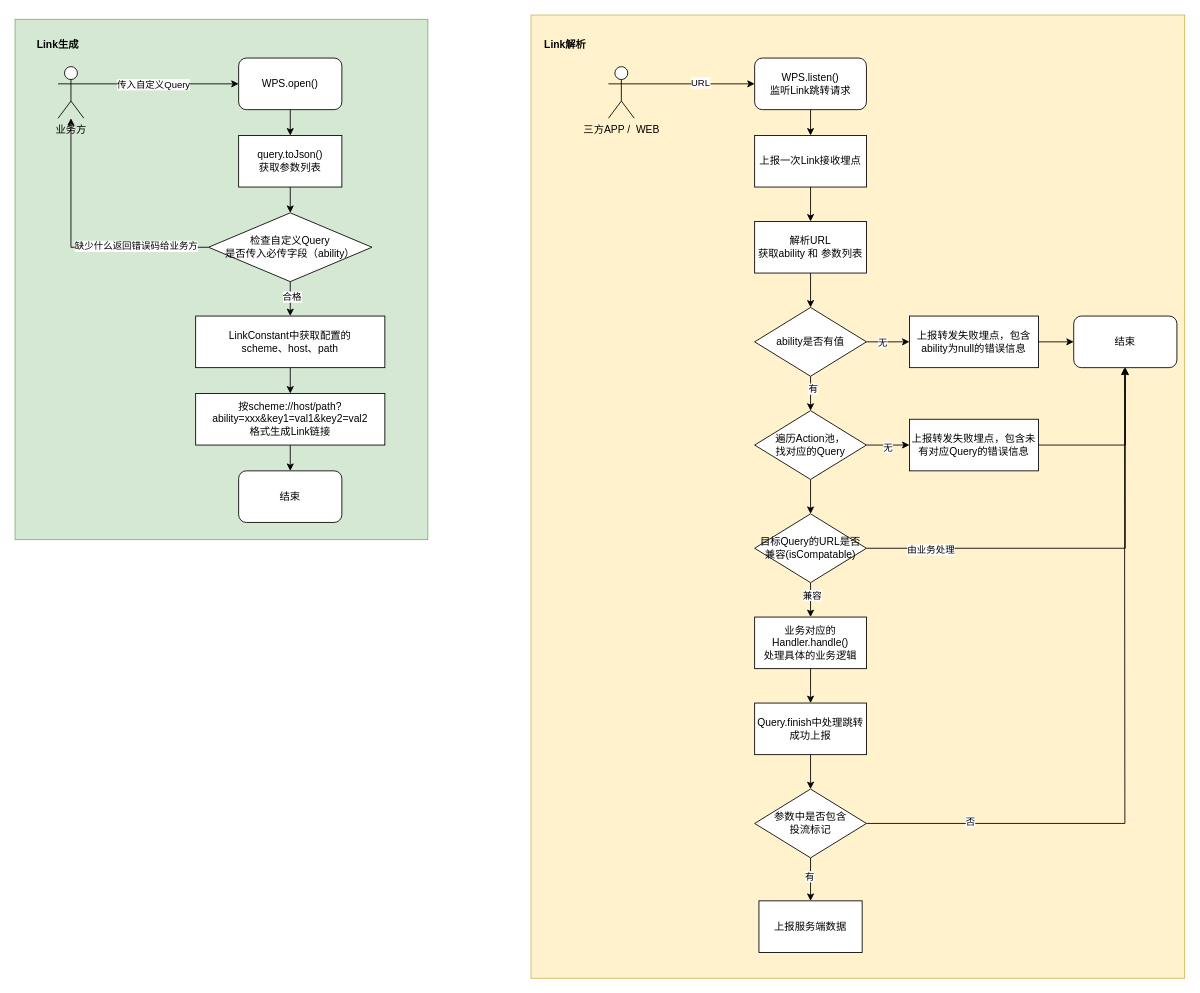
Earlier version of the draw.io diagram Link统一技术框架.drawio (welthy/WXInspireLibrary). Source tidied: cells renumbered, new cells numbered last; positions are measured from the earlier drawing's top-left corner, leaving out a move shared by most shapes. Both pictures are drawn from the tidied source at 86%, with x=0, y=0 at pixel (15, 15).
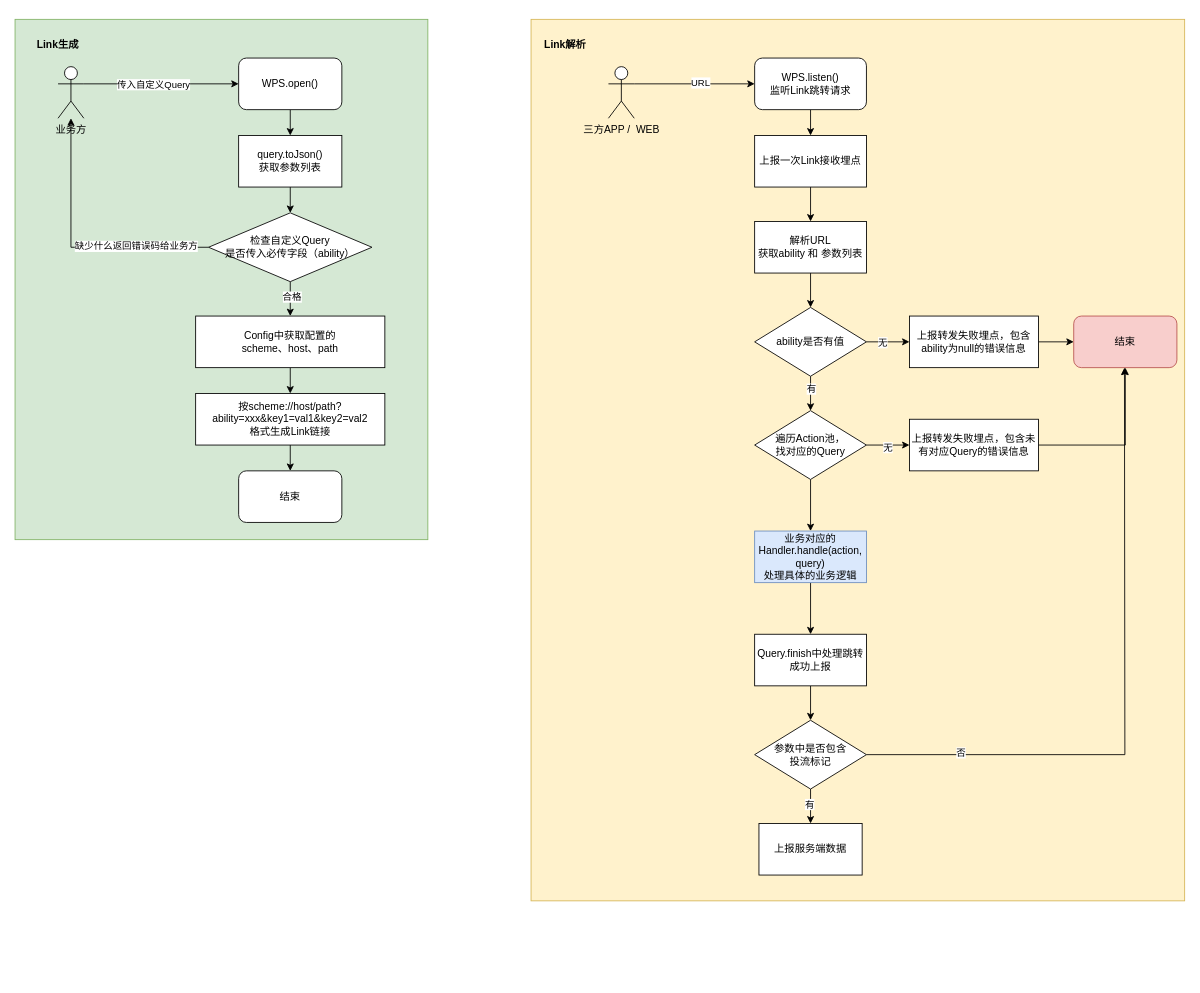
After the change.

Commit message:
更新Link统一技术框架.drawio

The change refers to these unchanged cells:
```xml
<mxCell id="32" style="edgeStyle=orthogonalEdgeStyle;rounded=0;jettySize=auto;html=1;exitX=0.5;exitY=1;exitDx=0;exitDy=0;entryX=0.5;entryY=0;entryDx=0;entryDy=0;" parent="1" edge="1" source="36">
  <mxGeometry relative="1" as="geometry">
    <mxPoint x="925" y="460" as="targetPoint" />
  </mxGeometry>
</mxCell>
<mxCell id="43" value="遍历Action池，&lt;div&gt;找对应的Query&lt;/div&gt;" style="rhombus;whiteSpace=wrap;html=1;" parent="1" vertex="1">
  <mxGeometry x="860" y="460" width="130" height="80" as="geometry" />
</mxCell>
```

The edit, as a diff of the source:
```diff
@@
     <mxCell id="2" style="rounded=0;whiteSpace=wrap;html=1;fillColor=#fff2cc;strokeColor=#d6b656;" parent="1" vertex="1">
-      <mxGeometry x="600" width="760" height="1120" as="geometry" />
+      <mxGeometry x="600" y="5" width="760" height="1025" as="geometry" />
     </mxCell>
@@
-    <mxCell id="13" value="LinkConstant中获取配置的&lt;div&gt;scheme、host、path&lt;/div&gt;" style="rounded=0;whiteSpace=wrap;html=1;" parent="1" vertex="1">
+    <mxCell id="13" value="Config中获取配置的&lt;div&gt;scheme、host、path&lt;/div&gt;" style="rounded=0;whiteSpace=wrap;html=1;" parent="1" vertex="1">
       <mxGeometry x="210" y="350" width="220" height="60" as="geometry" />
     </mxCell>
@@
     <mxCell id="33" value="有" style="edgeLabel;html=1;align=center;verticalAlign=middle;" parent="32" vertex="1">
-      <mxGeometry x="-0.33" y="2" relative="1" as="geometry" />
+      <mxGeometry x="-0.33" y="2" relative="1" as="geometry">
+        <mxPoint x="-2" as="offset" />
+      </mxGeometry>
     </mxCell>
@@
-    <mxCell id="39" value="结束" style="rounded=1;whiteSpace=wrap;html=1;" parent="1" vertex="1">
+    <mxCell id="39" value="结束" style="rounded=1;whiteSpace=wrap;html=1;fillColor=#f8cecc;strokeColor=#b85450;" parent="1" vertex="1">
       <mxGeometry x="1231" y="350" width="120" height="60" as="geometry" />
     </mxCell>
@@
-    <mxCell id="42" style="edgeStyle=orthogonalEdgeStyle;rounded=0;jettySize=auto;html=1;exitX=0.5;exitY=1;exitDx=0;exitDy=0;entryX=0.5;entryY=0;entryDx=0;entryDy=0;" parent="1" edge="1" source="43" target="60">
+    <mxCell id="42" style="edgeStyle=orthogonalEdgeStyle;rounded=0;jettySize=auto;html=1;exitX=0.5;exitY=1;exitDx=0;exitDy=0;entryX=0.5;entryY=0;entryDx=0;entryDy=0;" parent="1" edge="1" source="43" target="47">
       <mxGeometry relative="1" as="geometry" />
     </mxCell>
@@
-    <mxCell id="47" value="业务对应的Handler.handle()&lt;div&gt;处理具体的业务逻辑&lt;/div&gt;" style="rounded=0;whiteSpace=wrap;html=1;" parent="1" vertex="1">
-      <mxGeometry x="860" y="700" width="130" height="60" as="geometry" />
+    <mxCell id="47" value="业务对应的Handler.handle(action, query)&lt;div&gt;处理具体的业务逻辑&lt;/div&gt;" style="rounded=0;whiteSpace=wrap;html=1;fillColor=#dae8fc;strokeColor=#6c8ebf;" parent="1" vertex="1">
+      <mxGeometry x="860" y="600" width="130" height="60" as="geometry" />
     </mxCell>
@@
     <mxCell id="49" value="Query.finish中处理跳转成功上报" style="rounded=0;whiteSpace=wrap;html=1;" parent="1" vertex="1">
-      <mxGeometry x="860" y="800" width="130" height="60" as="geometry" />
+      <mxGeometry x="860" y="720" width="130" height="60" as="geometry" />
     </mxCell>
@@
     <mxCell id="54" value="参数中是否包含&lt;div&gt;投流标记&lt;/div&gt;" style="rhombus;whiteSpace=wrap;html=1;" parent="1" vertex="1">
-      <mxGeometry x="860" y="900" width="130" height="80" as="geometry" />
+      <mxGeometry x="860" y="820" width="130" height="80" as="geometry" />
     </mxCell>
     <mxCell id="55" value="上报服务端数据" style="rounded=0;whiteSpace=wrap;html=1;" parent="1" vertex="1">
-      <mxGeometry x="865" y="1030" width="120" height="60" as="geometry" />
+      <mxGeometry x="865" y="940" width="120" height="60" as="geometry" />
     </mxCell>
-    <mxCell id="56" style="edgeStyle=orthogonalEdgeStyle;rounded=0;jettySize=auto;html=1;exitX=0.5;exitY=1;exitDx=0;exitDy=0;entryX=0.5;entryY=0;entryDx=0;entryDy=0;" parent="1" edge="1" source="60" target="47">
-      <mxGeometry relative="1" as="geometry" />
-    </mxCell>
-    <mxCell id="57" value="兼容" style="edgeLabel;html=1;align=center;verticalAlign=middle;" parent="56" vertex="1">
-      <mxGeometry x="-0.3" y="1" relative="1" as="geometry" />
-    </mxCell>
-    <mxCell id="58" style="edgeStyle=orthogonalEdgeStyle;rounded=0;jettySize=auto;html=1;exitX=1;exitY=0.5;exitDx=0;exitDy=0;entryX=0.5;entryY=1;entryDx=0;entryDy=0;" parent="1" edge="1" source="60" target="39">
-      <mxGeometry relative="1" as="geometry" />
-    </mxCell>
-    <mxCell id="59" value="由业务处理" style="edgeLabel;html=1;align=center;verticalAlign=middle;" parent="58" vertex="1">
-      <mxGeometry x="-0.71" y="-1" relative="1" as="geometry" />
-    </mxCell>
-    <mxCell id="60" value="目标Query的URL是否兼容(isCompatable)" style="rhombus;whiteSpace=wrap;html=1;" parent="1" vertex="1">
-      <mxGeometry x="860" y="580" width="130" height="80" as="geometry" />
-    </mxCell>
```
